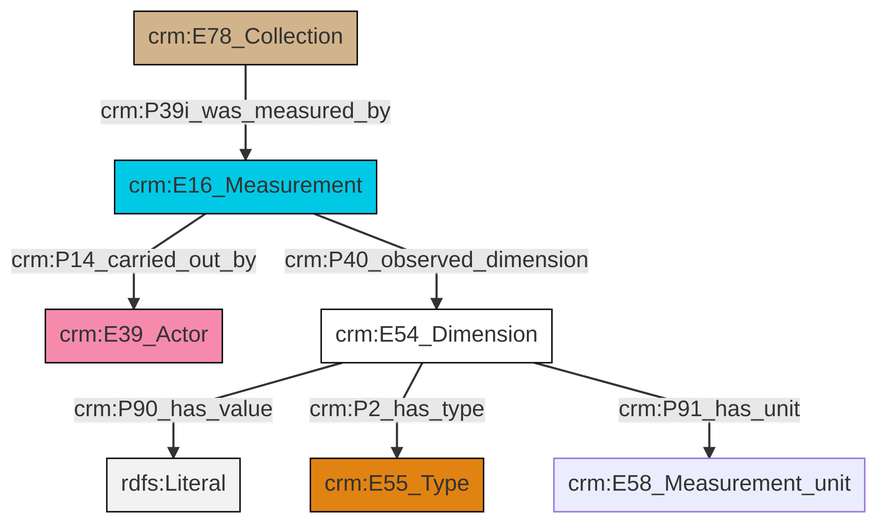
swiss-art-research-net/docs.swissartresearch keeps this Mermaid diagram as et/archivalCSV/ttl/mmd/png/archival_substance.png. Above is the earlier version. Its source is kept beside it as et/archivalCSV/ttl/mmd/archival_substance.ttl.mmd.
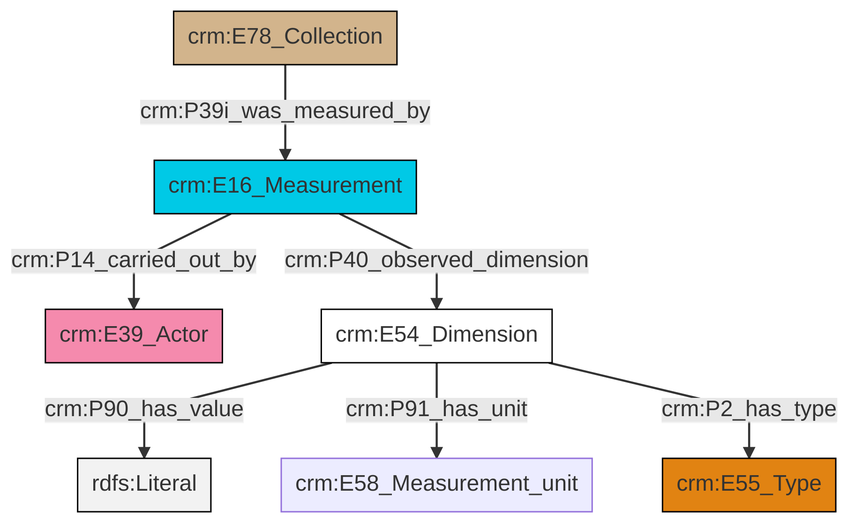
The same file after the commit.

Diff of the diagram source:
```diff
@@ -13,9 +13,9 @@
 classDef PC_Classes fill:#4ce600, stroke:#000000;
 classDef Multi fill:#cccccc,stroke:#000000;
 
-4["crm:E16_Measurement"]:::Temporal_Entity -->|crm:P14_carried_out_by| 5["crm:E39_Actor"]:::Actor
-6["crm:E54_Dimension"]:::CRM_Entity -->|crm:P90_has_value| 8[rdfs:Literal]:::Literal
-10["crm:E78_Collection"]:::Physical_Thing -->|crm:P39i_was_measured_by| 4["crm:E16_Measurement"]:::Temporal_Entity
-4["crm:E16_Measurement"]:::Temporal_Entity -->|crm:P40_observed_dimension| 6["crm:E54_Dimension"]:::CRM_Entity
-6["crm:E54_Dimension"]:::CRM_Entity -->|crm:P2_has_type| 0["crm:E55_Type"]:::Type
-6["crm:E54_Dimension"]:::CRM_Entity -->|crm:P91_has_unit| 2["crm:E58_Measurement_unit"]:::Default
+2["crm:E16_Measurement"]:::Temporal_Entity -->|crm:P14_carried_out_by| 3["crm:E39_Actor"]:::Actor
+2["crm:E16_Measurement"]:::Temporal_Entity -->|crm:P40_observed_dimension| 4["crm:E54_Dimension"]:::CRM_Entity
+0["crm:E78_Collection"]:::Physical_Thing -->|crm:P39i_was_measured_by| 2["crm:E16_Measurement"]:::Temporal_Entity
+4["crm:E54_Dimension"]:::CRM_Entity -->|crm:P90_has_value| 8[rdfs:Literal]:::Literal
+4["crm:E54_Dimension"]:::CRM_Entity -->|crm:P91_has_unit| 9["crm:E58_Measurement_unit"]:::Default
+4["crm:E54_Dimension"]:::CRM_Entity -->|crm:P2_has_type| 10["crm:E55_Type"]:::Type
```
